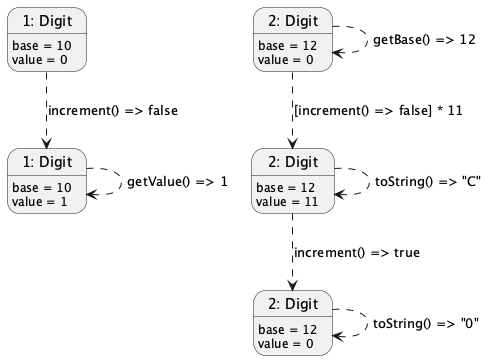
This is assignments/diagrams/assignment_1/Digit.png from henrygraesberg/tdt4100, a PlantUML export, as it was before one commit.
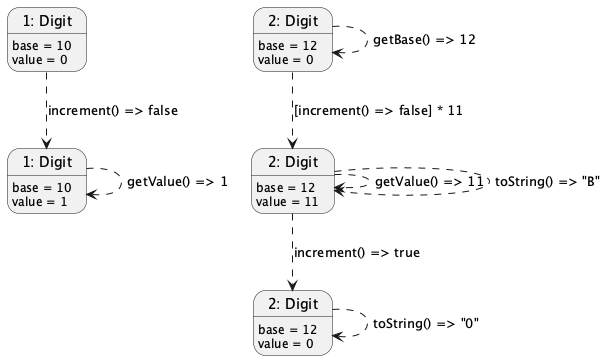
Above is the later version.

Commit message:
Create main method for Digit matching state diagram

What changed in the source:
```diff
@@ -25,9 +25,11 @@
 
 Base12Digit -[dashed]-> Base12Digit : getBase() => 12
 Base12Digit -[dashed]-> Base12DigitIncremented : [increment() => false] * 11
+
+Base12DigitIncremented -[dashed]-> Base12DigitIncremented : getValue() => 11
+Base12DigitIncremented -[dashed]-> Base12DigitIncremented : toString() => "B"
 Base12DigitIncremented -[dashed]-> Base12DigitReset : increment() => true
 
-Base12DigitIncremented -[dashed]-> Base12DigitIncremented : toString() => "C"
 Base12DigitReset -[dashed]-> Base12DigitReset : toString() => "0"
 
 @enduml
```
